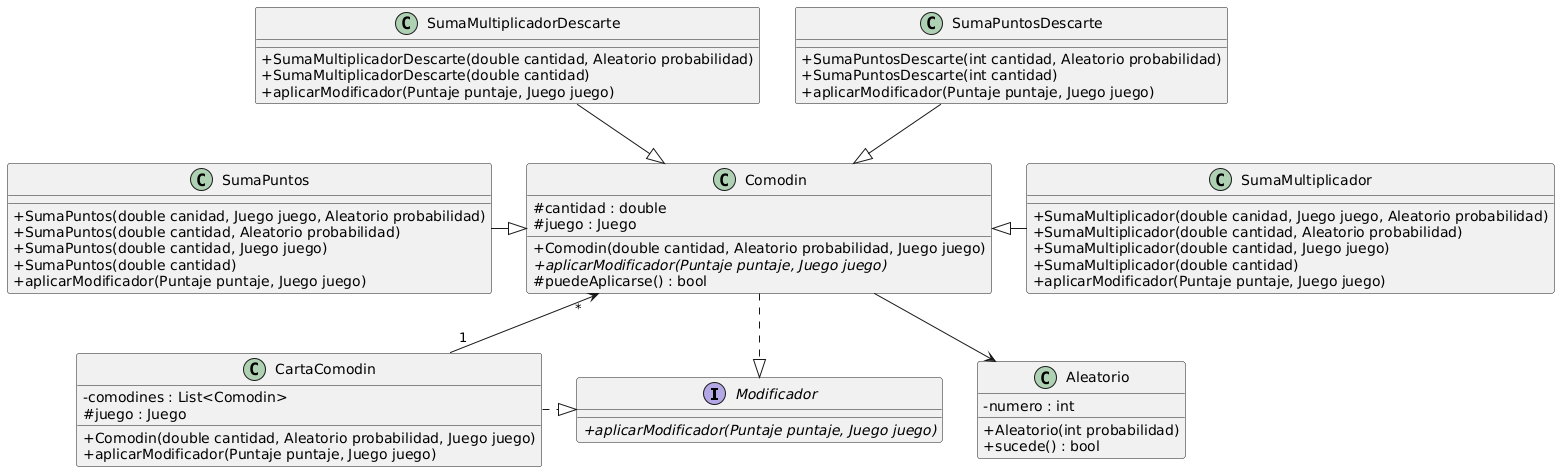
This is diagrams/classes/Comodin.png from facukresta/g06-tp2-2c-2024, a PlantUML export, as it was before one commit.
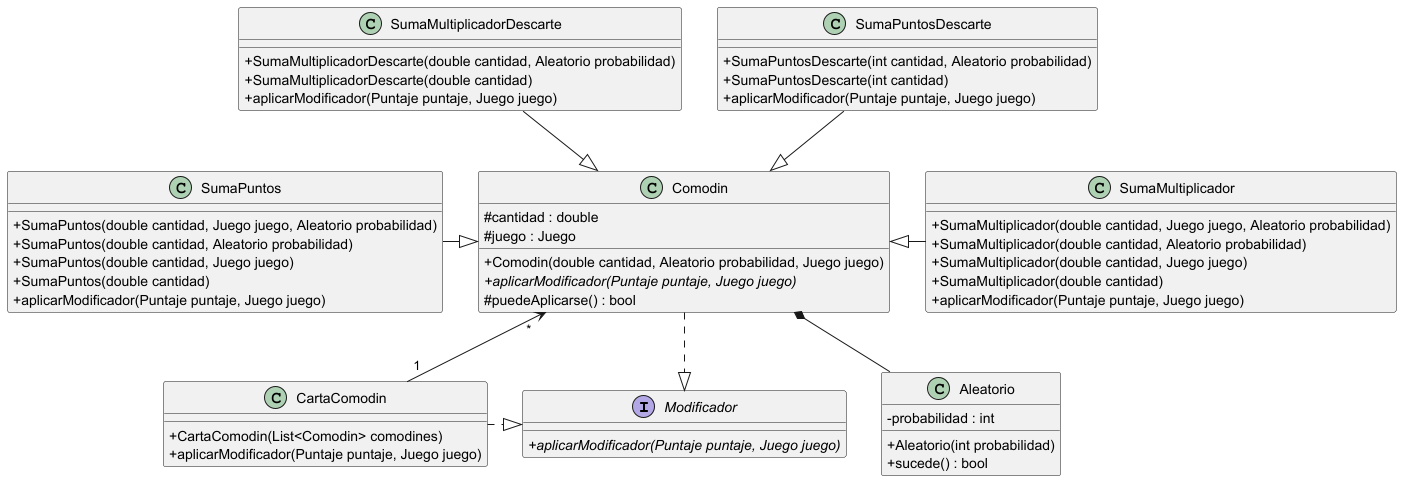
The same file after the commit.

The edit, as a diff of the source:
```diff
@@ -1,4 +1,4 @@
-@startuml
+@startuml Comodín
 skinparam classAttributeIconSize 0
 
 interface Modificador{
@@ -6,7 +6,7 @@
 }
 
 class Aleatorio{
-- numero : int
+- probabilidad : int
 +{method} Aleatorio(int probabilidad)
 +{method} sucede() : bool
 }
@@ -20,14 +20,12 @@
 }
 
 class CartaComodin{
--comodines : List<Comodin>
-#juego : Juego
-+{method} Comodin(double cantidad, Aleatorio probabilidad, Juego juego)
++{method}CartaComodin(List<Comodin> comodines)
 +{method} aplicarModificador(Puntaje puntaje, Juego juego)
 }
 
 class SumaMultiplicador{
-+SumaMultiplicador(double canidad, Juego juego, Aleatorio probabilidad)
++SumaMultiplicador(double cantidad, Juego juego, Aleatorio probabilidad)
 +SumaMultiplicador(double cantidad, Aleatorio probabilidad)
 +SumaMultiplicador(double cantidad, Juego juego)
 +SumaMultiplicador(double cantidad)
@@ -43,7 +41,7 @@
 
 
 class SumaPuntos{
-+SumaPuntos(double canidad, Juego juego, Aleatorio probabilidad)
++SumaPuntos(double cantidad, Juego juego, Aleatorio probabilidad)
 +SumaPuntos(double cantidad, Aleatorio probabilidad)
 +SumaPuntos(double cantidad, Juego juego)
 +SumaPuntos(double cantidad)
@@ -56,7 +54,7 @@
 +aplicarModificador(Puntaje puntaje, Juego juego)
 }
 
-Comodin --> Aleatorio
+Comodin *-- Aleatorio
 Comodin .down.|> Modificador
 CartaComodin "1" -up-> "*" Comodin
 CartaComodin .right.|> Modificador
```
